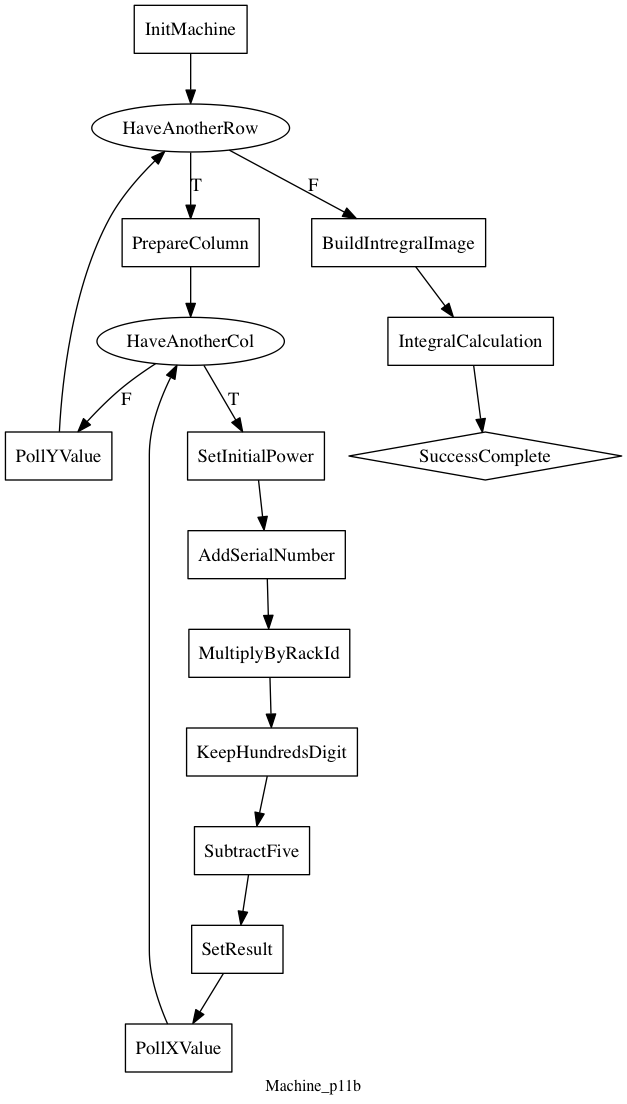
Above: diagram/advent/p11b.png in comperical/FlowState (Graphviz), before the change. Its source is kept beside it as diagram/advent/p11b.gv. Its diagram source:
```dot
digraph MyGraphName {
node [shape=box] InitMachine; PrepareColumn; PollYValue; SetInitialPower; AddSerialNumber; MultiplyByRackId; KeepHundredsDigit; SubtractFive; SetResult; PollXValue; BuildIntregralImage; IntegralCalculation
node [shape=diamond] SuccessComplete
node [shape=ellipse] HaveAnotherRow; HaveAnotherCol
HaveAnotherCol->SetInitialPower [label=T];
KeepHundredsDigit->SubtractFive ;
HaveAnotherCol->PollYValue [label=F];
IntegralCalculation->SuccessComplete ;
SubtractFive->SetResult ;
PollXValue->HaveAnotherCol ;
HaveAnotherRow->BuildIntregralImage [label=F];
BuildIntregralImage->IntegralCalculation ;
SetResult->PollXValue ;
PrepareColumn->HaveAnotherCol ;
SetInitialPower->AddSerialNumber ;
AddSerialNumber->MultiplyByRackId ;
HaveAnotherRow->PrepareColumn [label=T];
MultiplyByRackId->KeepHundredsDigit ;
PollYValue->HaveAnotherRow ;
InitMachine->HaveAnotherRow ;
overlap=false
label=Machine_p11b
fontsize=12
}
```
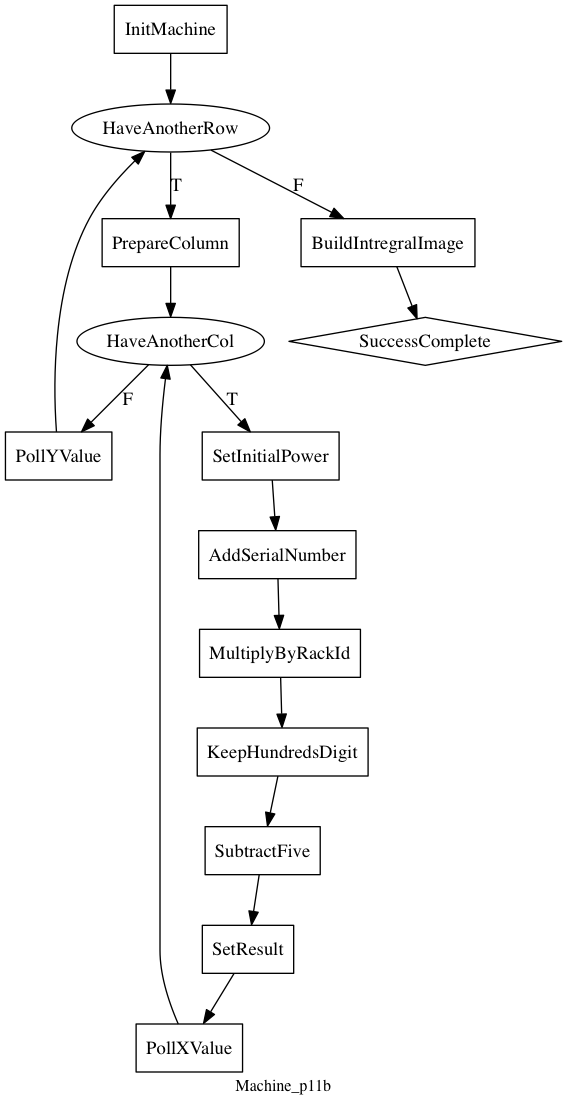
After the commit.

Change to the diagram source:
```diff
@@ -1,23 +1,22 @@
 digraph MyGraphName {
-node [shape=box] InitMachine; PrepareColumn; PollYValue; SetInitialPower; AddSerialNumber; MultiplyByRackId; KeepHundredsDigit; SubtractFive; SetResult; PollXValue; BuildIntregralImage; IntegralCalculation
+node [shape=box] InitMachine; PrepareColumn; PollYValue; SetInitialPower; AddSerialNumber; MultiplyByRackId; KeepHundredsDigit; SubtractFive; SetResult; PollXValue; BuildIntregralImage
 node [shape=diamond] SuccessComplete
 node [shape=ellipse] HaveAnotherRow; HaveAnotherCol
+KeepHundredsDigit->SubtractFive ;
+PrepareColumn->HaveAnotherCol ;
+HaveAnotherRow->PrepareColumn [label=T];
+SetResult->PollXValue ;
+PollYValue->HaveAnotherRow ;
+HaveAnotherCol->PollYValue [label=F];
+BuildIntregralImage->SuccessComplete ;
 HaveAnotherCol->SetInitialPower [label=T];
-KeepHundredsDigit->SubtractFive ;
-HaveAnotherCol->PollYValue [label=F];
-IntegralCalculation->SuccessComplete ;
-SubtractFive->SetResult ;
+MultiplyByRackId->KeepHundredsDigit ;
+InitMachine->HaveAnotherRow ;
+SetInitialPower->AddSerialNumber ;
 PollXValue->HaveAnotherCol ;
 HaveAnotherRow->BuildIntregralImage [label=F];
-BuildIntregralImage->IntegralCalculation ;
-SetResult->PollXValue ;
-PrepareColumn->HaveAnotherCol ;
-SetInitialPower->AddSerialNumber ;
 AddSerialNumber->MultiplyByRackId ;
-HaveAnotherRow->PrepareColumn [label=T];
-MultiplyByRackId->KeepHundredsDigit ;
-PollYValue->HaveAnotherRow ;
-InitMachine->HaveAnotherRow ;
+SubtractFive->SetResult ;
 overlap=false
 label=Machine_p11b
 fontsize=12
```
